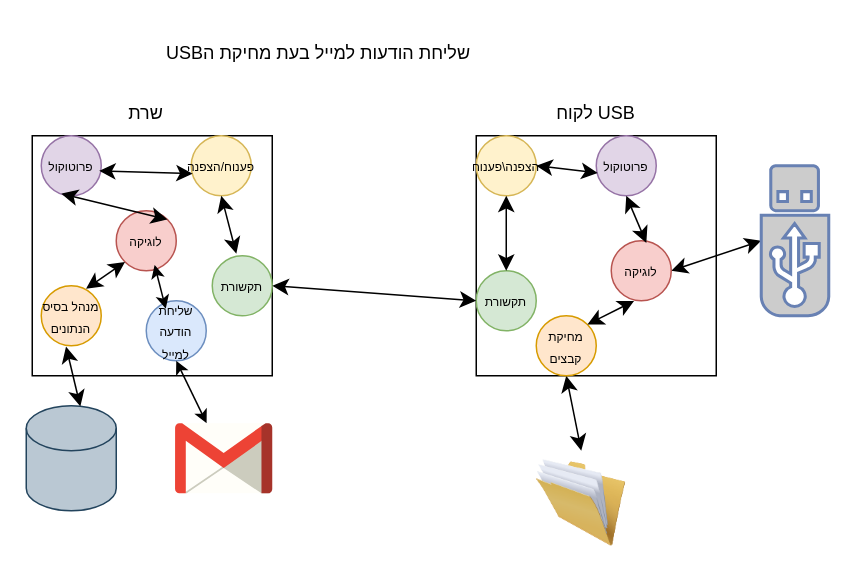
Before: draws/draw actions/שליחת הודעה באת מחיקה.drawio in Eyalen22/Project, a draw.io diagram. Source tidied: cells renumbered, new cells numbered last; positions are measured from the earlier drawing's top-left corner, leaving out a move shared by most shapes. Both pictures are drawn from the tidied source at 150%, with x=0, y=0 at pixel (26, 30).
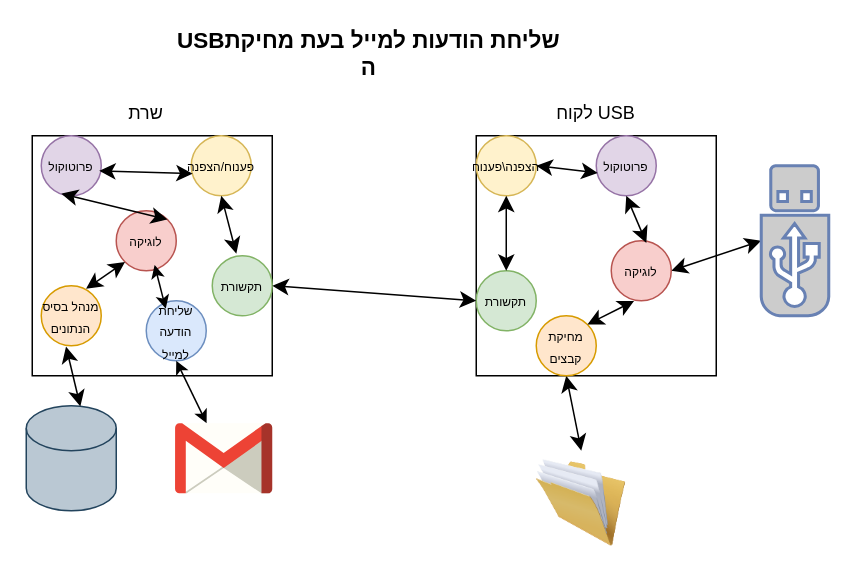
After the change.

The edit, as a diff of the source:
```diff
@@
-    <mxCell id="2" value="USBשליחת הודעות למייל בעת מחיקת ה" style="text;html=1;whiteSpace=wrap;strokeColor=none;fillColor=none;align=center;verticalAlign=middle;rounded=0;" parent="1" vertex="1">
-      <mxGeometry x="90" width="210" height="30" as="geometry" />
+    <mxCell id="2" value="&lt;font style=&quot;font-size: 15px;&quot;&gt;&lt;b&gt;USBשליחת הודעות למייל בעת מחיקת ה&lt;/b&gt;&lt;/font&gt;" style="text;html=1;whiteSpace=wrap;strokeColor=none;fillColor=none;align=center;verticalAlign=middle;rounded=0;" parent="1" vertex="1">
+      <mxGeometry x="99.2" width="259" height="30" as="geometry" />
     </mxCell>
```
